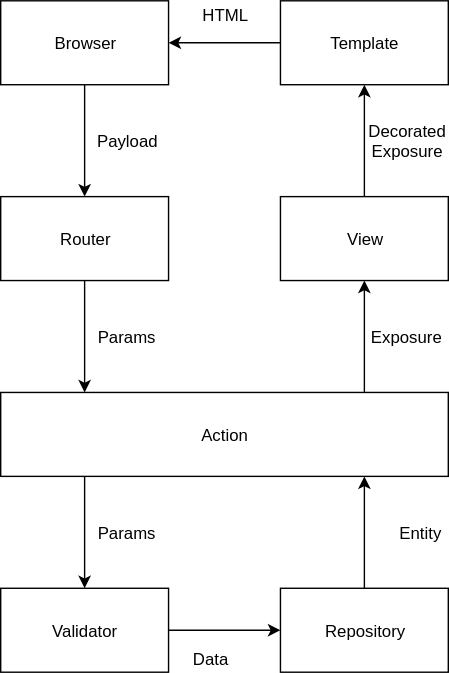
Above: imgs/flow.svg in mereghost/hanami20 (draw.io), before the change. Source tidied: cells renumbered, new cells last; positions are measured from the earlier drawing's top-left corner, leaving out a move shared by most shapes. Its diagram source:
```xml
<mxGraphModel>
  <root>
    <mxCell id="0" />
    <mxCell id="1" parent="0" />
    <mxCell id="2" style="edgeStyle=orthogonalEdgeStyle;rounded=0;jettySize=auto;html=1;strokeColor=#000;" parent="1" edge="1" source="3" target="5">
      <mxGeometry relative="1" as="geometry" />
    </mxCell>
    <mxCell id="3" value="&lt;div&gt;Browser&lt;/div&gt;" style="rounded=0;whiteSpace=wrap;html=1;" parent="1" vertex="1">
      <mxGeometry width="120" height="60" as="geometry" />
    </mxCell>
    <mxCell id="4" style="edgeStyle=orthogonalEdgeStyle;rounded=0;jettySize=auto;html=1;strokeColor=#000;" parent="1" edge="1" source="5" target="7">
      <mxGeometry relative="1" as="geometry">
        <Array as="points">
          <mxPoint x="60" y="260" />
          <mxPoint x="60" y="260" />
        </Array>
      </mxGeometry>
    </mxCell>
    <mxCell id="5" value="&lt;div&gt;Router&lt;/div&gt;" style="rounded=0;whiteSpace=wrap;html=1;" parent="1" vertex="1">
      <mxGeometry y="140" width="120" height="60" as="geometry" />
    </mxCell>
    <mxCell id="6" style="edgeStyle=orthogonalEdgeStyle;rounded=0;jettySize=auto;html=1;strokeColor=#000;exitX=0.25;exitY=1;exitDx=0;exitDy=0;" parent="1" edge="1" source="7" target="9">
      <mxGeometry relative="1" as="geometry">
        <Array as="points">
          <mxPoint x="60" y="340" />
        </Array>
      </mxGeometry>
    </mxCell>
    <mxCell id="7" value="Action" style="rounded=0;whiteSpace=wrap;html=1;" parent="1" vertex="1">
      <mxGeometry y="280" width="320" height="60" as="geometry" />
    </mxCell>
    <mxCell id="8" style="edgeStyle=orthogonalEdgeStyle;rounded=0;jettySize=auto;html=1;strokeColor=#000;" parent="1" edge="1" source="9" target="11">
      <mxGeometry relative="1" as="geometry" />
    </mxCell>
    <mxCell id="9" value="Validator" style="rounded=0;whiteSpace=wrap;html=1;" parent="1" vertex="1">
      <mxGeometry y="420" width="120" height="60" as="geometry" />
    </mxCell>
    <mxCell id="10" style="edgeStyle=orthogonalEdgeStyle;rounded=0;jettySize=auto;html=1;strokeColor=#000;" parent="1" edge="1" source="11">
      <mxGeometry relative="1" as="geometry">
        <mxPoint x="260" y="340" as="targetPoint" />
      </mxGeometry>
    </mxCell>
    <mxCell id="11" value="Repository" style="rounded=0;whiteSpace=wrap;html=1;" parent="1" vertex="1">
      <mxGeometry x="200" y="420" width="120" height="60" as="geometry" />
    </mxCell>
    <mxCell id="12" style="edgeStyle=orthogonalEdgeStyle;rounded=0;jettySize=auto;html=1;strokeColor=#000;" parent="1" edge="1" target="14">
      <mxGeometry relative="1" as="geometry">
        <mxPoint x="260" y="280" as="sourcePoint" />
      </mxGeometry>
    </mxCell>
    <mxCell id="13" style="edgeStyle=orthogonalEdgeStyle;rounded=0;jettySize=auto;html=1;strokeColor=#000;" parent="1" edge="1" source="14" target="16">
      <mxGeometry relative="1" as="geometry" />
    </mxCell>
    <mxCell id="14" value="View" style="rounded=0;whiteSpace=wrap;html=1;" parent="1" vertex="1">
      <mxGeometry x="200" y="140" width="120" height="60" as="geometry" />
    </mxCell>
    <mxCell id="15" style="edgeStyle=orthogonalEdgeStyle;rounded=0;jettySize=auto;html=1;strokeColor=#000;" parent="1" edge="1" source="16" target="3">
      <mxGeometry relative="1" as="geometry" />
    </mxCell>
    <mxCell id="16" value="&lt;div&gt;Template&lt;/div&gt;" style="rounded=0;whiteSpace=wrap;html=1;" parent="1" vertex="1">
      <mxGeometry x="200" width="120" height="60" as="geometry" />
    </mxCell>
    <mxCell id="17" value="Data" style="text;html=1;strokeColor=none;fillColor=none;align=center;verticalAlign=middle;whiteSpace=wrap;rounded=0;" parent="1" vertex="1">
      <mxGeometry x="130" y="460" width="40" height="20" as="geometry" />
    </mxCell>
    <mxCell id="18" value="&lt;div&gt;HTML&lt;/div&gt;" style="text;html=1;strokeColor=none;fillColor=none;align=center;verticalAlign=middle;whiteSpace=wrap;rounded=0;" parent="1" vertex="1">
      <mxGeometry x="140" width="40" height="20" as="geometry" />
    </mxCell>
    <mxCell id="19" value="&lt;div&gt;Params&lt;/div&gt;" style="text;html=1;strokeColor=none;fillColor=none;align=center;verticalAlign=middle;whiteSpace=wrap;rounded=0;" parent="1" vertex="1">
      <mxGeometry x="70" y="370" width="40" height="20" as="geometry" />
    </mxCell>
    <mxCell id="20" value="Entity" style="text;html=1;strokeColor=none;fillColor=none;align=center;verticalAlign=middle;whiteSpace=wrap;rounded=0;" parent="1" vertex="1">
      <mxGeometry x="280" y="370" width="40" height="20" as="geometry" />
    </mxCell>
    <mxCell id="21" value="&lt;div&gt;Exposure&lt;/div&gt;" style="text;html=1;strokeColor=none;fillColor=none;align=center;verticalAlign=middle;whiteSpace=wrap;rounded=0;" parent="1" vertex="1">
      <mxGeometry x="270" y="230" width="40" height="20" as="geometry" />
    </mxCell>
    <mxCell id="22" value="Decorated&lt;br&gt;Exposure" style="text;html=1;strokeColor=none;fillColor=none;align=center;verticalAlign=middle;whiteSpace=wrap;rounded=0;" parent="1" vertex="1">
      <mxGeometry x="270" y="90" width="40" height="20" as="geometry" />
    </mxCell>
    <mxCell id="23" value="Params" style="text;html=1;strokeColor=none;fillColor=none;align=center;verticalAlign=middle;whiteSpace=wrap;rounded=0;" parent="1" vertex="1">
      <mxGeometry x="70" y="230" width="40" height="20" as="geometry" />
    </mxCell>
    <mxCell id="24" value="Payload" style="text;html=1;strokeColor=none;fillColor=none;align=center;verticalAlign=middle;whiteSpace=wrap;rounded=0;" parent="1" vertex="1">
      <mxGeometry x="70" y="90" width="40" height="20" as="geometry" />
    </mxCell>
  </root>
</mxGraphModel>
```
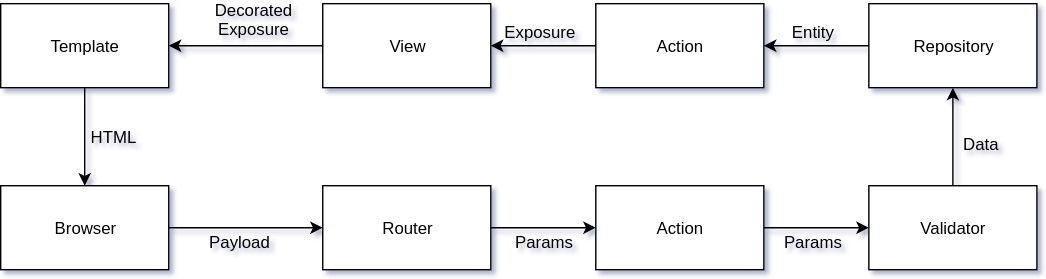
The same file after the commit.

The edit, as a diff of the source:
```diff
@@ -1,88 +1,78 @@
-<mxGraphModel>
+<mxGraphModel shadow="1">
   <root>
     <mxCell id="0" />
     <mxCell id="1" parent="0" />
-    <mxCell id="2" style="edgeStyle=orthogonalEdgeStyle;rounded=0;jettySize=auto;html=1;strokeColor=#000;" parent="1" edge="1" source="3" target="5">
+    <mxCell id="2" style="edgeStyle=orthogonalEdgeStyle;rounded=0;jettySize=auto;html=1;entryX=0;entryY=0.5;entryDx=0;entryDy=0;" parent="1" edge="1" source="3" target="5">
       <mxGeometry relative="1" as="geometry" />
     </mxCell>
     <mxCell id="3" value="&lt;div&gt;Browser&lt;/div&gt;" style="rounded=0;whiteSpace=wrap;html=1;" parent="1" vertex="1">
-      <mxGeometry width="120" height="60" as="geometry" />
+      <mxGeometry y="140" width="120" height="60" as="geometry" />
     </mxCell>
-    <mxCell id="4" style="edgeStyle=orthogonalEdgeStyle;rounded=0;jettySize=auto;html=1;strokeColor=#000;" parent="1" edge="1" source="5" target="7">
-      <mxGeometry relative="1" as="geometry">
-        <Array as="points">
-          <mxPoint x="60" y="260" />
-          <mxPoint x="60" y="260" />
-        </Array>
-      </mxGeometry>
+    <mxCell id="4" style="edgeStyle=orthogonalEdgeStyle;rounded=0;jettySize=auto;html=1;entryX=0;entryY=0.5;entryDx=0;entryDy=0;" parent="1" edge="1" source="5" target="7">
+      <mxGeometry relative="1" as="geometry" />
     </mxCell>
     <mxCell id="5" value="&lt;div&gt;Router&lt;/div&gt;" style="rounded=0;whiteSpace=wrap;html=1;" parent="1" vertex="1">
-      <mxGeometry y="140" width="120" height="60" as="geometry" />
+      <mxGeometry x="230" y="140" width="120" height="60" as="geometry" />
     </mxCell>
-    <mxCell id="6" style="edgeStyle=orthogonalEdgeStyle;rounded=0;jettySize=auto;html=1;strokeColor=#000;exitX=0.25;exitY=1;exitDx=0;exitDy=0;" parent="1" edge="1" source="7" target="9">
-      <mxGeometry relative="1" as="geometry">
-        <Array as="points">
-          <mxPoint x="60" y="340" />
-        </Array>
-      </mxGeometry>
+    <mxCell id="6" style="edgeStyle=orthogonalEdgeStyle;rounded=0;jettySize=auto;html=1;strokeColor=#000;exitX=1;exitY=0.5;exitDx=0;exitDy=0;" parent="1" edge="1" source="7" target="9">
+      <mxGeometry relative="1" as="geometry" />
     </mxCell>
-    <mxCell id="7" value="Action" style="rounded=0;whiteSpace=wrap;html=1;" parent="1" vertex="1">
-      <mxGeometry y="280" width="320" height="60" as="geometry" />
-    </mxCell>
     <mxCell id="8" style="edgeStyle=orthogonalEdgeStyle;rounded=0;jettySize=auto;html=1;strokeColor=#000;" parent="1" edge="1" source="9" target="11">
       <mxGeometry relative="1" as="geometry" />
     </mxCell>
     <mxCell id="9" value="Validator" style="rounded=0;whiteSpace=wrap;html=1;" parent="1" vertex="1">
-      <mxGeometry y="420" width="120" height="60" as="geometry" />
+      <mxGeometry x="620" y="140" width="120" height="60" as="geometry" />
     </mxCell>
-    <mxCell id="10" style="edgeStyle=orthogonalEdgeStyle;rounded=0;jettySize=auto;html=1;strokeColor=#000;" parent="1" edge="1" source="11">
-      <mxGeometry relative="1" as="geometry">
-        <mxPoint x="260" y="340" as="targetPoint" />
-      </mxGeometry>
-    </mxCell>
     <mxCell id="11" value="Repository" style="rounded=0;whiteSpace=wrap;html=1;" parent="1" vertex="1">
-      <mxGeometry x="200" y="420" width="120" height="60" as="geometry" />
+      <mxGeometry x="620" y="10" width="120" height="60" as="geometry" />
     </mxCell>
-    <mxCell id="12" style="edgeStyle=orthogonalEdgeStyle;rounded=0;jettySize=auto;html=1;strokeColor=#000;" parent="1" edge="1" target="14">
-      <mxGeometry relative="1" as="geometry">
-        <mxPoint x="260" y="280" as="sourcePoint" />
-      </mxGeometry>
-    </mxCell>
-    <mxCell id="13" style="edgeStyle=orthogonalEdgeStyle;rounded=0;jettySize=auto;html=1;strokeColor=#000;" parent="1" edge="1" source="14" target="16">
-      <mxGeometry relative="1" as="geometry" />
-    </mxCell>
-    <mxCell id="14" value="View" style="rounded=0;whiteSpace=wrap;html=1;" parent="1" vertex="1">
-      <mxGeometry x="200" y="140" width="120" height="60" as="geometry" />
-    </mxCell>
-    <mxCell id="15" style="edgeStyle=orthogonalEdgeStyle;rounded=0;jettySize=auto;html=1;strokeColor=#000;" parent="1" edge="1" source="16" target="3">
+    <mxCell id="15" style="edgeStyle=orthogonalEdgeStyle;rounded=0;jettySize=auto;html=1;entryX=0.5;entryY=0;entryDx=0;entryDy=0;" parent="1" edge="1" source="16" target="3">
       <mxGeometry relative="1" as="geometry" />
     </mxCell>
     <mxCell id="16" value="&lt;div&gt;Template&lt;/div&gt;" style="rounded=0;whiteSpace=wrap;html=1;" parent="1" vertex="1">
-      <mxGeometry x="200" width="120" height="60" as="geometry" />
+      <mxGeometry y="10" width="120" height="60" as="geometry" />
     </mxCell>
     <mxCell id="17" value="Data" style="text;html=1;strokeColor=none;fillColor=none;align=center;verticalAlign=middle;whiteSpace=wrap;rounded=0;" parent="1" vertex="1">
-      <mxGeometry x="130" y="460" width="40" height="20" as="geometry" />
+      <mxGeometry x="680" y="100" width="40" height="20" as="geometry" />
     </mxCell>
     <mxCell id="18" value="&lt;div&gt;HTML&lt;/div&gt;" style="text;html=1;strokeColor=none;fillColor=none;align=center;verticalAlign=middle;whiteSpace=wrap;rounded=0;" parent="1" vertex="1">
-      <mxGeometry x="140" width="40" height="20" as="geometry" />
+      <mxGeometry x="60" y="95" width="40" height="20" as="geometry" />
     </mxCell>
     <mxCell id="19" value="&lt;div&gt;Params&lt;/div&gt;" style="text;html=1;strokeColor=none;fillColor=none;align=center;verticalAlign=middle;whiteSpace=wrap;rounded=0;" parent="1" vertex="1">
-      <mxGeometry x="70" y="370" width="40" height="20" as="geometry" />
+      <mxGeometry x="560" y="170" width="40" height="20" as="geometry" />
     </mxCell>
     <mxCell id="20" value="Entity" style="text;html=1;strokeColor=none;fillColor=none;align=center;verticalAlign=middle;whiteSpace=wrap;rounded=0;" parent="1" vertex="1">
-      <mxGeometry x="280" y="370" width="40" height="20" as="geometry" />
+      <mxGeometry x="560" y="20" width="40" height="20" as="geometry" />
     </mxCell>
     <mxCell id="21" value="&lt;div&gt;Exposure&lt;/div&gt;" style="text;html=1;strokeColor=none;fillColor=none;align=center;verticalAlign=middle;whiteSpace=wrap;rounded=0;" parent="1" vertex="1">
-      <mxGeometry x="270" y="230" width="40" height="20" as="geometry" />
+      <mxGeometry x="365" y="20" width="40" height="20" as="geometry" />
     </mxCell>
     <mxCell id="22" value="Decorated&lt;br&gt;Exposure" style="text;html=1;strokeColor=none;fillColor=none;align=center;verticalAlign=middle;whiteSpace=wrap;rounded=0;" parent="1" vertex="1">
-      <mxGeometry x="270" y="90" width="40" height="20" as="geometry" />
+      <mxGeometry x="160" y="10" width="40" height="23" as="geometry" />
     </mxCell>
     <mxCell id="23" value="Params" style="text;html=1;strokeColor=none;fillColor=none;align=center;verticalAlign=middle;whiteSpace=wrap;rounded=0;" parent="1" vertex="1">
-      <mxGeometry x="70" y="230" width="40" height="20" as="geometry" />
+      <mxGeometry x="367.5" y="170" width="40" height="20" as="geometry" />
     </mxCell>
     <mxCell id="24" value="Payload" style="text;html=1;strokeColor=none;fillColor=none;align=center;verticalAlign=middle;whiteSpace=wrap;rounded=0;" parent="1" vertex="1">
-      <mxGeometry x="70" y="90" width="40" height="20" as="geometry" />
+      <mxGeometry x="150" y="170" width="40" height="20" as="geometry" />
     </mxCell>
+    <mxCell id="13" style="edgeStyle=orthogonalEdgeStyle;rounded=0;jettySize=auto;html=1;" parent="1" edge="1" source="14" target="16">
+      <mxGeometry relative="1" as="geometry" />
+    </mxCell>
+    <mxCell id="25" value="&lt;div&gt;Action&lt;/div&gt;" style="rounded=0;whiteSpace=wrap;html=1;" parent="1" vertex="1">
+      <mxGeometry x="425" y="10" width="120" height="60" as="geometry" />
+    </mxCell>
+    <mxCell id="26" style="edgeStyle=orthogonalEdgeStyle;rounded=0;jettySize=auto;html=1;strokeColor=#000;" parent="1" edge="1" source="11" target="25">
+      <mxGeometry relative="1" as="geometry" />
+    </mxCell>
+    <mxCell id="7" value="Action" style="rounded=0;whiteSpace=wrap;html=1;" parent="1" vertex="1">
+      <mxGeometry x="425" y="140" width="120" height="60" as="geometry" />
+    </mxCell>
+    <mxCell id="14" value="View" style="rounded=0;whiteSpace=wrap;html=1;" parent="1" vertex="1">
+      <mxGeometry x="230" y="10" width="120" height="60" as="geometry" />
+    </mxCell>
+    <mxCell id="27" style="edgeStyle=orthogonalEdgeStyle;rounded=0;jettySize=auto;html=1;" parent="1" edge="1" source="25" target="14">
+      <mxGeometry relative="1" as="geometry" />
+    </mxCell>
   </root>
 </mxGraphModel>
```
